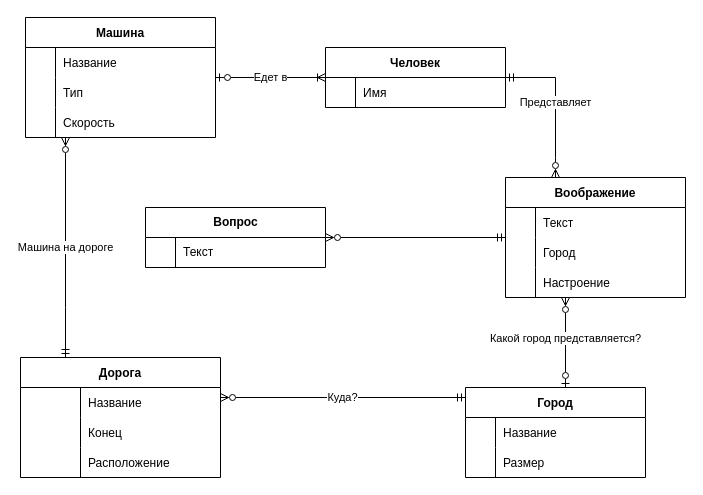
The draw.io diagram Infologic.drawio in Azat2202/BD_lab3, before the edit. Source tidied: cells renumbered, new cells numbered last; positions are measured from the earlier drawing's top-left corner, leaving out a move shared by most shapes. Both pictures are drawn from the tidied source at 100%, with x=0, y=0 at pixel (20, 17).
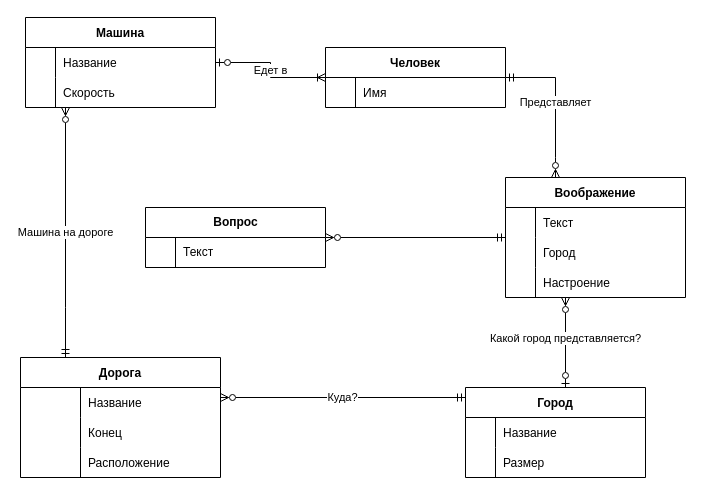
Above is the later version.

Diff of the diagram source:
```diff
@@
     <mxCell id="10" value="Машина" style="shape=table;startSize=30;childLayout=tableLayout;rowLines=0;fontStyle=1;align=center;" parent="1" vertex="1">
-      <mxGeometry x="5" width="190" height="120" as="geometry" />
+      <mxGeometry x="5" width="190" height="90" as="geometry" />
     </mxCell>
@@
-    <mxCell id="14" style="shape=tableRow;horizontal=0;startSize=0;swimlaneHead=0;swimlaneBody=0;fillColor=none;top=0;left=0;right=0;bottom=0;" parent="10" vertex="1">
-      <mxGeometry y="60" width="190" height="30" as="geometry" />
-    </mxCell>
-    <mxCell id="15" style="shape=partialRectangle;fillColor=none;top=0;left=0;bottom=0;right=0;overflow=hidden;" parent="14" vertex="1">
-      <mxGeometry width="30" height="30" as="geometry" />
-    </mxCell>
-    <mxCell id="16" value="Тип" style="shape=partialRectangle;fillColor=none;top=0;left=0;bottom=0;right=0;align=left;spacingLeft=6;overflow=hidden;" parent="14" vertex="1">
-      <mxGeometry x="30" width="160" height="30" as="geometry" />
-    </mxCell>
     <mxCell id="17" style="shape=tableRow;horizontal=0;startSize=0;swimlaneHead=0;swimlaneBody=0;fillColor=none;top=0;left=0;right=0;bottom=0;" parent="10" vertex="1">
-      <mxGeometry y="90" width="190" height="30" as="geometry" />
+      <mxGeometry y="60" width="190" height="30" as="geometry" />
     </mxCell>
```
